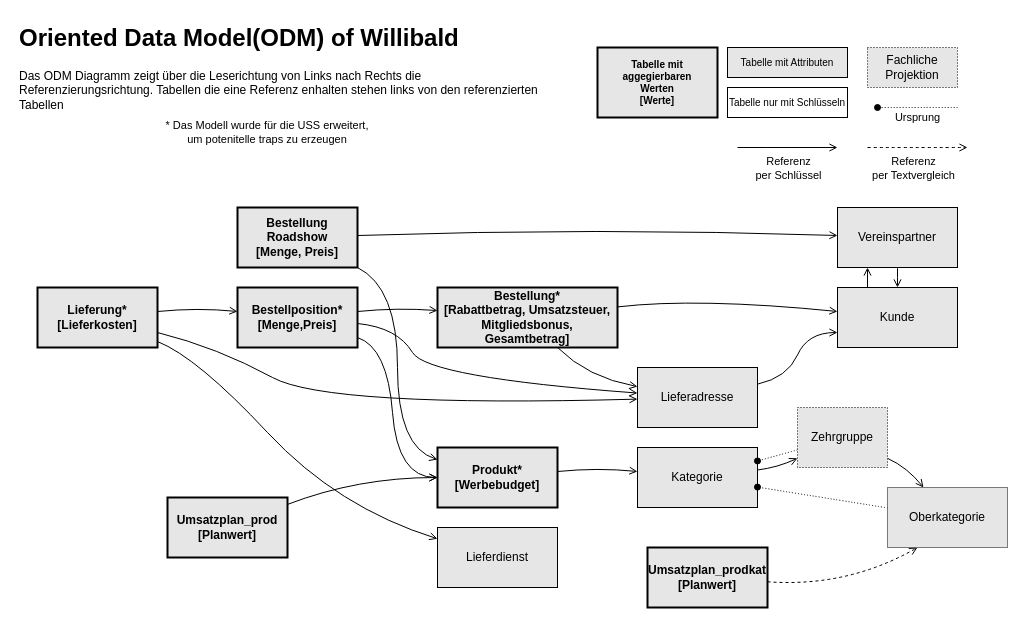
Above: USS_abbildung/ODM_of_willibald.drawio in mattywausb/Willibald-Data (draw.io), before the change. Source tidied: cells renumbered, new cells numbered last; positions are measured from the earlier drawing's top-left corner, leaving out a move shared by most shapes. Both pictures are drawn from the tidied source at 100%, with x=0, y=0 at pixel (17, 17).
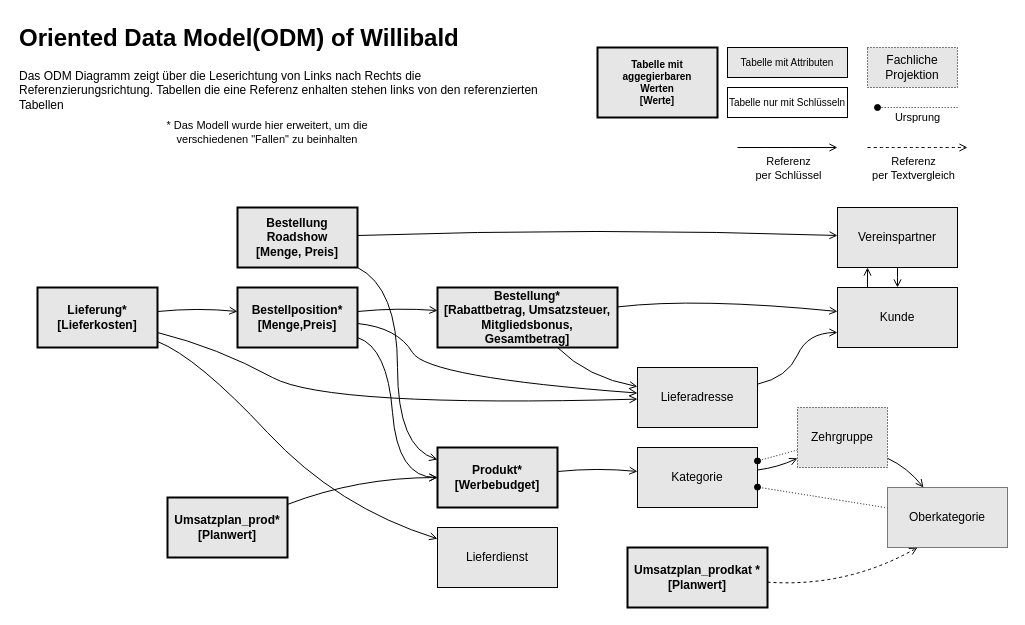
The same page after the edit.

What changed in the source:
```diff
@@
-    <mxCell id="34" value="* Das Modell wurde für die USS erweitert, um potenitelle traps zu erzeugen" style="text;html=1;align=center;verticalAlign=middle;whiteSpace=wrap;rounded=0;fontFamily=Helvetica;fontSize=11;fontColor=default;labelBackgroundColor=default;" parent="1" vertex="1">
+    <mxCell id="34" value="* Das Modell wurde hier erweitert, um die verschiedenen &quot;Fallen&quot; zu beinhalten" style="text;html=1;align=center;verticalAlign=middle;whiteSpace=wrap;rounded=0;fontFamily=Helvetica;fontSize=11;fontColor=default;labelBackgroundColor=default;" parent="1" vertex="1">
       <mxGeometry x="140" y="100" width="220" height="30" as="geometry" />
     </mxCell>
@@
-    <mxCell id="36" value="Umsatzplan_prod&lt;div&gt;[Planwert]&lt;/div&gt;" style="rounded=0;whiteSpace=wrap;html=1;verticalAlign=middle;strokeColor=default;align=center;fontFamily=Helvetica;fontSize=12;fontColor=default;fillColor=#E6E6E6;shadow=0;glass=0;strokeWidth=2;fontStyle=1;" parent="1" vertex="1">
+    <mxCell id="36" value="Umsatzplan_prod*&lt;div&gt;[Planwert]&lt;/div&gt;" style="rounded=0;whiteSpace=wrap;html=1;verticalAlign=middle;strokeColor=default;align=center;fontFamily=Helvetica;fontSize=12;fontColor=default;fillColor=#E6E6E6;shadow=0;glass=0;strokeWidth=2;fontStyle=1;" parent="1" vertex="1">
       <mxGeometry x="150" y="480" width="120" height="60" as="geometry" />
     </mxCell>
-    <mxCell id="37" value="Umsatzplan_prodkat&lt;div&gt;[Planwert]&lt;/div&gt;" style="rounded=0;whiteSpace=wrap;html=1;verticalAlign=middle;strokeColor=default;align=center;fontFamily=Helvetica;fontSize=12;fontColor=default;fillColor=#E6E6E6;shadow=0;glass=0;strokeWidth=2;fontStyle=1;" parent="1" vertex="1">
-      <mxGeometry x="630" y="530" width="120" height="60" as="geometry" />
+    <mxCell id="37" value="Umsatzplan_prodkat *&lt;div&gt;[Planwert]&lt;/div&gt;" style="rounded=0;whiteSpace=wrap;html=1;verticalAlign=middle;strokeColor=default;align=center;fontFamily=Helvetica;fontSize=12;fontColor=default;fillColor=#E6E6E6;shadow=0;glass=0;strokeWidth=2;fontStyle=1;" parent="1" vertex="1">
+      <mxGeometry x="610" y="530" width="140" height="60" as="geometry" />
     </mxCell>
```
